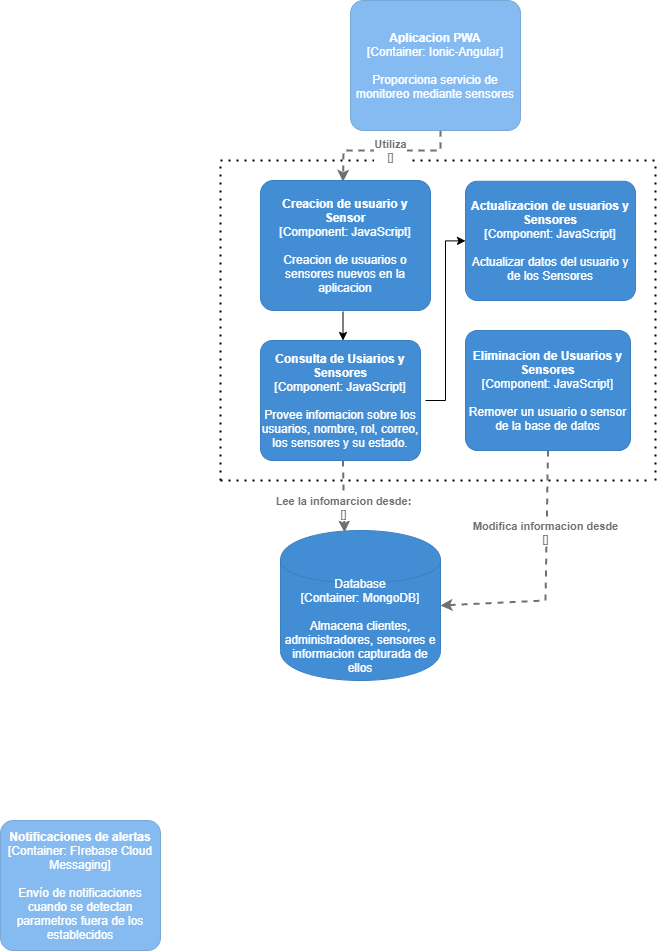
Earlier version of the draw.io export images/DiagramaComponentes.drawio.png (abraham22rodriguez/AnalisisAvanzadoDeSoftware_AbrahamRodriguez). Source tidied: cells renumbered, new cells last; positions are measured from the earlier drawing's top-left corner, leaving out a move shared by most shapes.
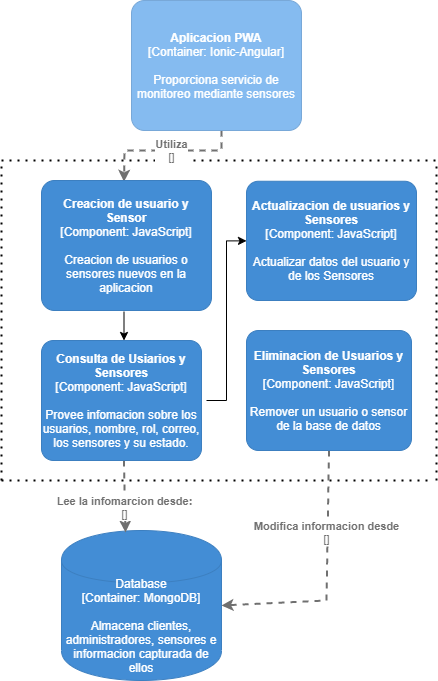
After the change.

The edit, as a diff of the source:
```diff
@@ -2,11 +2,6 @@
   <root>
     <mxCell id="0" />
     <mxCell id="1" parent="0" />
-    <object id="2" label="&lt;b&gt;%c4Name%&lt;/b&gt;&lt;div&gt;[%c4Type%: %c4Technology%]&lt;/div&gt;&lt;br&gt;&lt;div&gt;%c4Description%&lt;/div&gt;" c4Description="Envío de notificaciones cuando se detectan parametros fuera de los establecidos" c4Name="Notificaciones de alertas" c4Technology="FIrebase Cloud Messaging" c4Type="Container" placeholders="1">
-      <mxCell style="rounded=1;whiteSpace=wrap;html=1;labelBackgroundColor=none;fillColor=#85BBF0;fontColor=#ffffff;align=center;arcSize=10;strokeColor=#78A8D8;metaData={&quot;c4Type&quot;:{&quot;editable&quot;:false}};" parent="1" vertex="1">
-        <mxGeometry y="820" width="160" height="130" as="geometry" />
-      </mxCell>
-    </object>
     <mxCell id="3" style="edgeStyle=orthogonalEdgeStyle;rounded=0;orthogonalLoop=1;jettySize=auto;html=1;exitX=0.5;exitY=1;exitDx=0;exitDy=0;exitPerimeter=0;entryX=0.5;entryY=0;entryDx=0;entryDy=0;entryPerimeter=0;" parent="1" edge="1">
       <mxGeometry relative="1" as="geometry">
         <mxPoint x="342.5" y="311.2" as="sourcePoint" />
```
